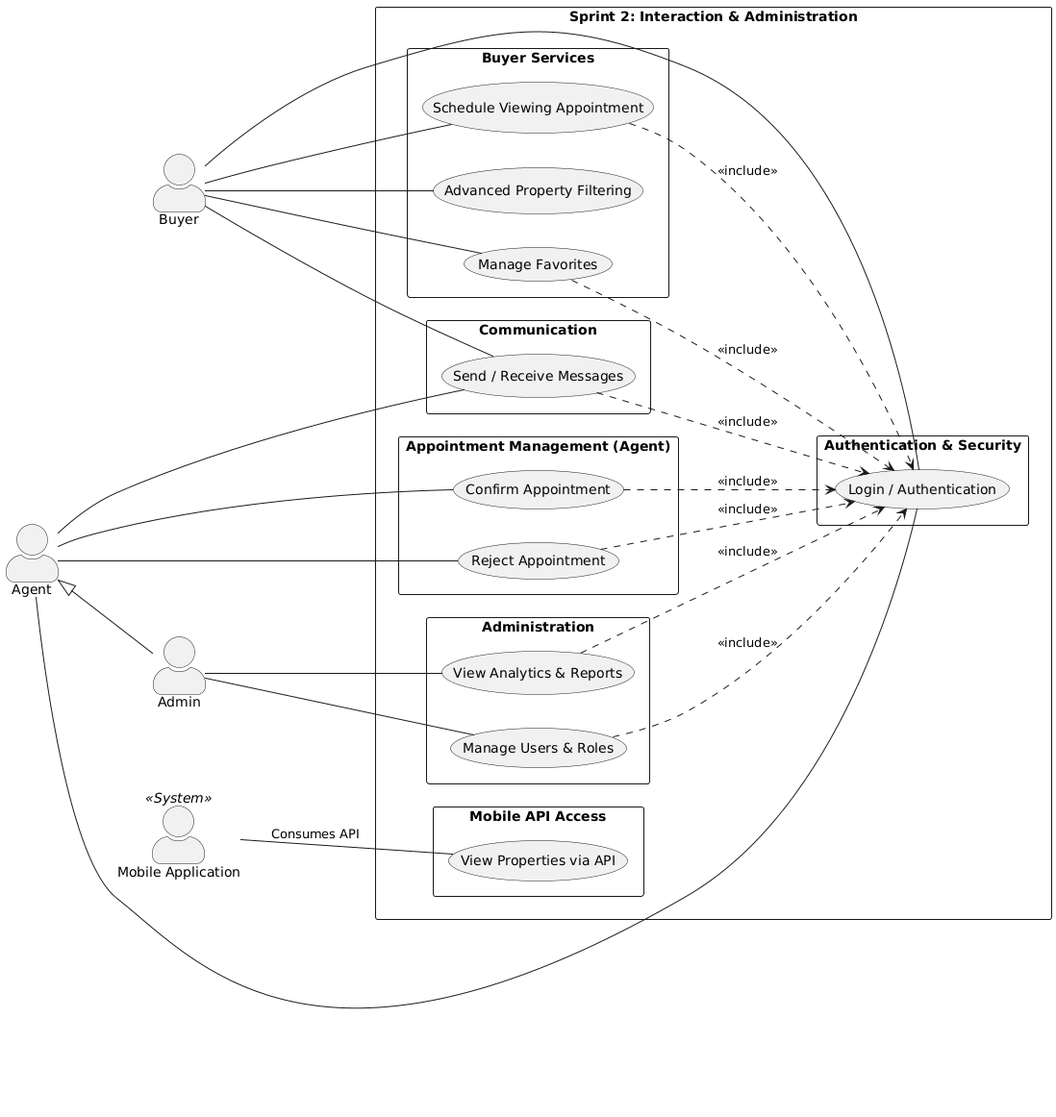
The PlantUML diagram Presentation/images/Sprint2-UseCase.png in AZIZ-Soufiane/PropertyHub-PFE, before a commit.
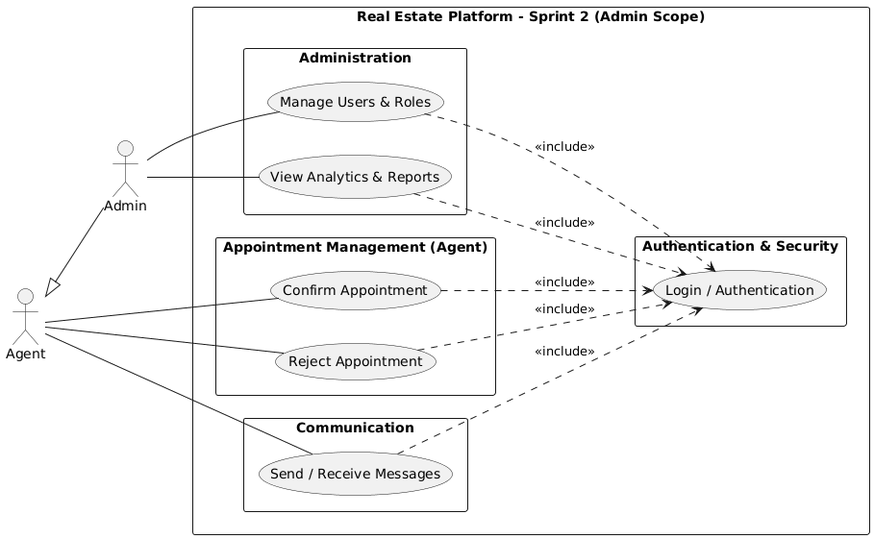
Above is the later version.

Diff of the diagram source:
```diff
@@ -1,69 +1,44 @@
 @startuml
 left to right direction
 skinparam packageStyle rectangle
-skinparam shadowing false
-skinparam actorStyle awesome
 
-actor "Buyer" as Buyer
-actor "Agent" as Agent
-actor "Admin" as Admin
-actor "Mobile Application" as MobileApp <<System>>
+actor "Agent" as agent
+actor "Admin" as admin
 
-Agent <|-- Admin
+admin -up-|> agent
 
-rectangle "Sprint 2: Interaction & Administration" {
+rectangle "Real Estate Platform - Sprint 2 (Admin Scope)" {
 
-  package "Authentication & Security" {
-      usecase "Login / Authentication" as Login
-  }
+    rectangle "Authentication & Security" {
+        usecase "Login / Authentication" as UC_Auth
+    }
 
-  package "Buyer Services" {
-      usecase "Manage Favorites" as Favorites
-      usecase "Schedule Viewing Appointment" as Appointment
-      usecase "Advanced Property Filtering" as Filter
-  }
+    rectangle "Administration" {
+        usecase "View Analytics & Reports" as UC_Analytics
+        usecase "Manage Users & Roles" as UC_ManageUsers
+    }
 
-  package "Communication" {
-      usecase "Send / Receive Messages" as Messaging
-  }
+    rectangle "Appointment Management (Agent)" {
+        usecase "Confirm Appointment" as UC_Confirm
+        usecase "Reject Appointment" as UC_Reject
+    }
 
-  package "Appointment Management (Agent)" {
-      usecase "Confirm Appointment" as Confirm
-      usecase "Reject Appointment" as Reject
-  }
-
-  package "Administration" {
-      usecase "Manage Users & Roles" as Users
-      usecase "View Analytics & Reports" as Analytics
-  }
-
-  package "Mobile API Access" {
-      usecase "View Properties via API" as APIView
-  }
-
+    rectangle "Communication" {
+        usecase "Send / Receive Messages" as UC_Messages
+    }
 }
 
-Buyer -- Login
-Buyer -- Favorites
-Buyer -- Appointment
-Buyer -- Messaging
-Buyer -- Filter
+admin -- UC_Analytics
+admin -- UC_ManageUsers
 
-Agent -- Login
-Agent -- Messaging
-Agent -- Confirm
-Agent -- Reject
+agent -- UC_Messages
+agent -- UC_Confirm
+agent -- UC_Reject
 
-Admin -- Users
-Admin -- Analytics
+UC_Messages ..> UC_Auth : <<include>>
+UC_Confirm ..> UC_Auth : <<include>>
+UC_Reject ..> UC_Auth : <<include>>
+UC_Analytics ..> UC_Auth : <<include>>
+UC_ManageUsers ..> UC_Auth : <<include>>
 
-MobileApp -- APIView : Consumes API
-
-Favorites ..> Login : <<include>>
-Appointment ..> Login : <<include>>
-Messaging ..> Login : <<include>>
-Confirm ..> Login : <<include>>
-Reject ..> Login : <<include>>
-Users ..> Login : <<include>>
-Analytics ..> Login : <<include>>
-@enduml
+@endum
```
